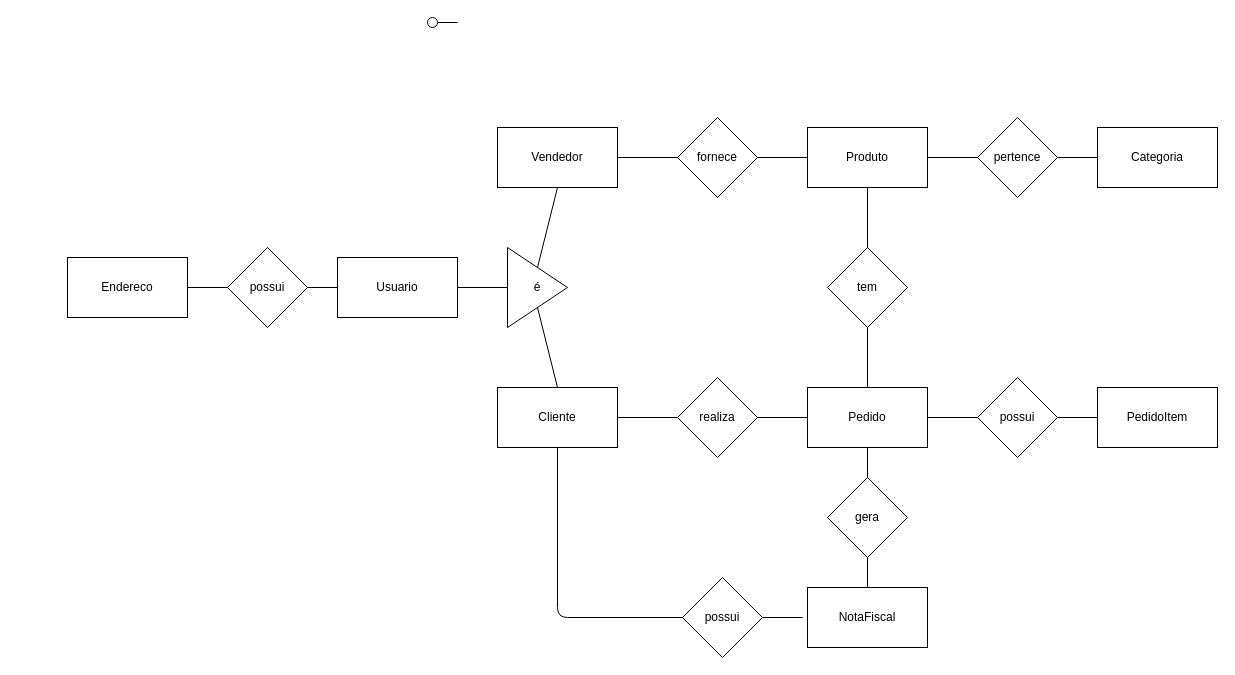
The draw.io diagram MER Ecommerce V1.drawio in DiegoCanedo/BancoEcommerce, before the edit. Source tidied: cells renumbered, new cells numbered last; positions are measured from the earlier drawing's top-left corner, leaving out a move shared by most shapes. Both pictures are drawn from the tidied source at 100%, with x=0, y=0 at pixel (67, 17).
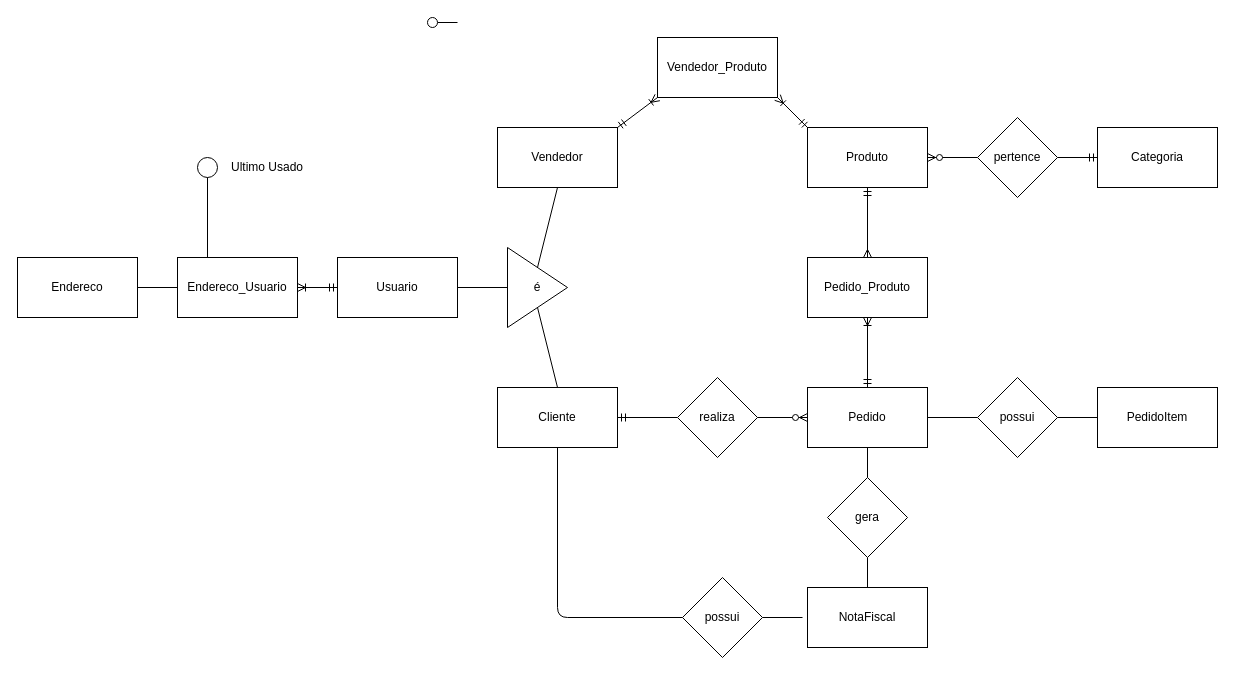
After the change.

Commit message:
Definiu cardinalidades

The change refers to these unchanged cells:
```xml
<mxCell id="4" value="Cliente" style="rounded=0;whiteSpace=wrap;html=1;" parent="1" vertex="1">
  <mxGeometry x="430" y="370" width="120" height="60" as="geometry" />
</mxCell>
<mxCell id="5" value="Usuario" style="rounded=0;whiteSpace=wrap;html=1;" parent="1" vertex="1">
  <mxGeometry x="270" y="240" width="120" height="60" as="geometry" />
</mxCell>
<mxCell id="6" value="Pedido" style="rounded=0;whiteSpace=wrap;html=1;" parent="1" vertex="1">
  <mxGeometry x="740" y="370" width="120" height="60" as="geometry" />
</mxCell>
<mxCell id="8" value="Produto" style="rounded=0;whiteSpace=wrap;html=1;" parent="1" vertex="1">
  <mxGeometry x="740" y="110" width="120" height="60" as="geometry" />
</mxCell>
<mxCell id="9" value="Categoria" style="rounded=0;whiteSpace=wrap;html=1;" parent="1" vertex="1">
  <mxGeometry x="1030" y="110" width="120" height="60" as="geometry" />
</mxCell>
<mxCell id="15" value="pertence" style="rhombus;whiteSpace=wrap;html=1;" parent="1" vertex="1">
  <mxGeometry x="910" y="100" width="80" height="80" as="geometry" />
</mxCell>
<mxCell id="24" value="realiza" style="rhombus;whiteSpace=wrap;html=1;" parent="1" vertex="1">
  <mxGeometry x="610" y="360" width="80" height="80" as="geometry" />
</mxCell>
<mxCell id="32" value="Vendedor" style="rounded=0;whiteSpace=wrap;html=1;" parent="1" vertex="1">
  <mxGeometry x="430" y="110" width="120" height="60" as="geometry" />
</mxCell>
```

What changed in the source:
```diff
@@
-    <mxCell id="11" style="endArrow=none;html=1;exitX=0;exitY=0.5;exitDx=0;exitDy=0;entryX=1;entryY=0.5;entryDx=0;entryDy=0;startArrow=none;startFill=0;endFill=0;" parent="1" edge="1" source="8" target="12">
+    <mxCell id="11" style="endArrow=ERmandOne;html=1;exitX=1;exitY=1;exitDx=0;exitDy=0;startArrow=ERoneToMany;startFill=0;endFill=0;entryX=0;entryY=0;entryDx=0;entryDy=0;" parent="1" edge="1" source="41" target="8">
       <mxGeometry relative="1" as="geometry" />
     </mxCell>
-    <mxCell id="12" value="fornece" style="rhombus;whiteSpace=wrap;html=1;" parent="1" vertex="1">
-      <mxGeometry x="610" y="100" width="80" height="80" as="geometry" />
-    </mxCell>
-    <mxCell id="13" style="endArrow=none;html=1;exitX=0;exitY=0.5;exitDx=0;exitDy=0;startArrow=none;startFill=0;endFill=0;entryX=1;entryY=0.5;entryDx=0;entryDy=0;" parent="1" edge="1" source="12" target="32">
+    <mxCell id="13" style="endArrow=ERoneToMany;html=1;exitX=1;exitY=0;exitDx=0;exitDy=0;startArrow=ERmandOne;startFill=0;endFill=0;entryX=0;entryY=1;entryDx=0;entryDy=0;" parent="1" edge="1" source="32" target="41">
       <mxGeometry relative="1" as="geometry" />
     </mxCell>
-    <mxCell id="14" style="endArrow=none;html=1;exitX=0;exitY=0.5;exitDx=0;exitDy=0;entryX=1;entryY=0.5;entryDx=0;entryDy=0;startArrow=none;startFill=0;endFill=0;" parent="1" edge="1" source="9" target="15">
+    <mxCell id="14" style="endArrow=none;html=1;exitX=0;exitY=0.5;exitDx=0;exitDy=0;entryX=1;entryY=0.5;entryDx=0;entryDy=0;startArrow=ERmandOne;startFill=0;endFill=0;" parent="1" edge="1" source="9" target="15">
       <mxGeometry relative="1" as="geometry" />
     </mxCell>
@@
-    <mxCell id="16" style="endArrow=none;html=1;exitX=0;exitY=0.5;exitDx=0;exitDy=0;entryX=1;entryY=0.5;entryDx=0;entryDy=0;startArrow=none;startFill=0;endFill=0;" parent="1" edge="1" source="15" target="8">
+    <mxCell id="16" style="endArrow=ERzeroToMany;html=1;exitX=0;exitY=0.5;exitDx=0;exitDy=0;entryX=1;entryY=0.5;entryDx=0;entryDy=0;startArrow=none;startFill=0;endFill=1;" parent="1" edge="1" source="15" target="8">
       <mxGeometry relative="1" as="geometry" />
     </mxCell>
@@
-    <mxCell id="20" style="endArrow=none;html=1;exitX=0.5;exitY=0;exitDx=0;exitDy=0;startArrow=none;startFill=0;endFill=0;entryX=0.5;entryY=1;entryDx=0;entryDy=0;" parent="1" edge="1" source="6" target="21">
+    <mxCell id="20" style="endArrow=ERoneToMany;html=1;exitX=0.5;exitY=0;exitDx=0;exitDy=0;startArrow=ERmandOne;startFill=0;endFill=0;entryX=0.5;entryY=1;entryDx=0;entryDy=0;" parent="1" edge="1" source="6" target="42">
       <mxGeometry relative="1" as="geometry" />
     </mxCell>
-    <mxCell id="21" value="tem" style="rhombus;whiteSpace=wrap;html=1;" parent="1" vertex="1">
-      <mxGeometry x="760" y="230" width="80" height="80" as="geometry" />
-    </mxCell>
-    <mxCell id="22" style="endArrow=none;html=1;exitX=0.5;exitY=0;exitDx=0;exitDy=0;entryX=0.5;entryY=1;entryDx=0;entryDy=0;startArrow=none;startFill=0;endFill=0;" parent="1" edge="1" source="21" target="8">
+    <mxCell id="22" style="endArrow=ERmany;html=1;startArrow=ERmandOne;startFill=0;endFill=0;exitX=0.5;exitY=1;exitDx=0;exitDy=0;entryX=0.5;entryY=0;entryDx=0;entryDy=0;" parent="1" edge="1" source="8" target="42">
       <mxGeometry relative="1" as="geometry" />
     </mxCell>
-    <mxCell id="23" style="endArrow=none;html=1;exitX=1;exitY=0.5;exitDx=0;exitDy=0;startArrow=none;startFill=0;endFill=0;entryX=0;entryY=0.5;entryDx=0;entryDy=0;" parent="1" edge="1" source="4" target="24">
+    <mxCell id="23" style="endArrow=none;html=1;exitX=1;exitY=0.5;exitDx=0;exitDy=0;startArrow=ERmandOne;startFill=0;endFill=0;entryX=0;entryY=0.5;entryDx=0;entryDy=0;" parent="1" edge="1" source="4" target="24">
       <mxGeometry relative="1" as="geometry" />
     </mxCell>
@@
-    <mxCell id="25" style="endArrow=none;html=1;exitX=1;exitY=0.5;exitDx=0;exitDy=0;entryX=0;entryY=0.5;entryDx=0;entryDy=0;startArrow=none;startFill=0;endFill=0;" parent="1" edge="1" source="24" target="6">
-      <mxGeometry relative="1" as="geometry" />
-    </mxCell>
@@
     <mxCell id="33" value="Endereco" style="rounded=0;whiteSpace=wrap;html=1;" parent="1" vertex="1">
-      <mxGeometry y="240" width="120" height="60" as="geometry" />
+      <mxGeometry x="-50" y="240" width="120" height="60" as="geometry" />
     </mxCell>
@@
-    <mxCell id="38" style="endArrow=none;html=1;exitX=1;exitY=0.5;exitDx=0;exitDy=0;startArrow=none;startFill=0;endFill=0;entryX=0;entryY=0.5;entryDx=0;entryDy=0;" parent="1" edge="1" source="33" target="39">
+    <mxCell id="38" style="endArrow=none;html=1;exitX=1;exitY=0.5;exitDx=0;exitDy=0;startArrow=none;startFill=0;endFill=0;entryX=0;entryY=0.5;entryDx=0;entryDy=0;" parent="1" edge="1" source="33" target="43">
       <mxGeometry relative="1" as="geometry" />
     </mxCell>
-    <mxCell id="39" value="possui" style="rhombus;whiteSpace=wrap;html=1;" parent="1" vertex="1">
-      <mxGeometry x="160" y="230" width="80" height="80" as="geometry" />
-    </mxCell>
-    <mxCell id="40" style="endArrow=none;html=1;exitX=1;exitY=0.5;exitDx=0;exitDy=0;entryX=0;entryY=0.5;entryDx=0;entryDy=0;startArrow=none;startFill=0;endFill=0;" parent="1" edge="1" source="39" target="5">
-      <mxGeometry relative="1" as="geometry" />
-    </mxCell>
+    <mxCell id="41" value="Vendedor_Produto" style="rounded=0;whiteSpace=wrap;html=1;" parent="1" vertex="1">
+      <mxGeometry x="590" y="20" width="120" height="60" as="geometry" />
+    </mxCell>
+    <mxCell id="42" value="Pedido_Produto" style="rounded=0;whiteSpace=wrap;html=1;" parent="1" vertex="1">
+      <mxGeometry x="740" y="240" width="120" height="60" as="geometry" />
+    </mxCell>
+    <mxCell id="25" style="endArrow=ERzeroToMany;html=1;exitX=1;exitY=0.5;exitDx=0;exitDy=0;startArrow=none;startFill=0;endFill=1;entryX=0;entryY=0.5;entryDx=0;entryDy=0;" parent="1" edge="1" source="24" target="6">
+      <mxGeometry relative="1" as="geometry" />
+    </mxCell>
+    <mxCell id="43" value="Endereco_Usuario" style="rounded=0;whiteSpace=wrap;html=1;" parent="1" vertex="1">
+      <mxGeometry x="110" y="240" width="120" height="60" as="geometry" />
+    </mxCell>
+    <mxCell id="44" style="ellipse;whiteSpace=wrap;html=1;" parent="1" vertex="1">
+      <mxGeometry x="130" y="140" width="20" height="20" as="geometry" />
+    </mxCell>
+    <mxCell id="45" style="endArrow=none;html=1;exitX=0.25;exitY=0;exitDx=0;exitDy=0;" parent="1" edge="1" source="43">
+      <mxGeometry relative="1" as="geometry">
+        <mxPoint x="140" y="160" as="targetPoint" />
+      </mxGeometry>
+    </mxCell>
+    <mxCell id="46" value="Ultimo Usado" style="text;html=1;strokeColor=none;fillColor=none;align=center;verticalAlign=middle;whiteSpace=wrap;rounded=0;" parent="1" vertex="1">
+      <mxGeometry x="140" y="140" width="120" height="20" as="geometry" />
+    </mxCell>
+    <mxCell id="47" style="endArrow=ERoneToMany;html=1;startArrow=ERmandOne;startFill=0;endFill=0;entryX=1;entryY=0.5;entryDx=0;entryDy=0;" parent="1" edge="1" target="43">
+      <mxGeometry relative="1" as="geometry">
+        <mxPoint x="270" y="270" as="sourcePoint" />
+      </mxGeometry>
+    </mxCell>
```
